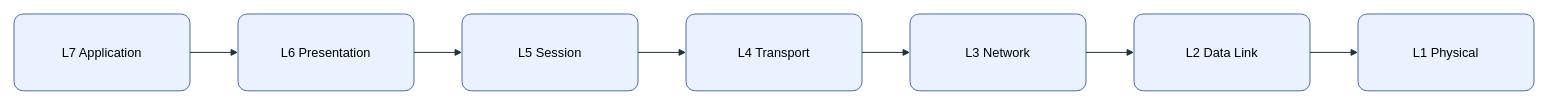
Before: assets/img/network/osi-seven-layer-stack.drawio in KKamJi98/kkamji98.github.io, a draw.io diagram. Source tidied: cells renumbered, new cells numbered last; positions are measured from the earlier drawing's top-left corner, leaving out a move shared by most shapes. Both pictures are drawn from the tidied source at 80%, with x=0, y=0 at pixel (14, 14).
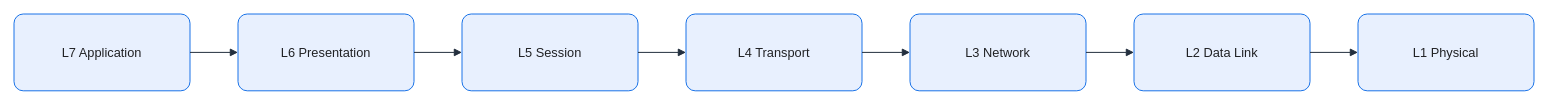
The same page after the edit.

The edit, as a diff of the source:
```diff
@@
 <mxGraphModel background="#FFFFFF">
   <root>
     <mxCell id="0" />
     <mxCell id="1" parent="0" />
-    <mxCell id="2" value="L7 Application" style="rounded=1;arcSize=12;whiteSpace=wrap;html=0;fillColor=#EAF2FF;strokeColor=#4A6FA5;strokeWidth=1.25;fontColor=#000000;fontSize=16;align=center;verticalAlign=middle;spacing=8;shadow=0;" parent="1" vertex="1">
+    <mxCell id="2" value="L7 Application" style="rounded=1;arcSize=12;whiteSpace=wrap;html=0;fillColor=#E8F0FE;strokeColor=#1A73E8;strokeWidth=1.25;fontColor=#202124;fontSize=16;align=center;verticalAlign=middle;spacing=8;shadow=0;" parent="1" vertex="1">
       <mxGeometry width="220" height="96" as="geometry" />
     </mxCell>
-    <mxCell id="3" value="L6 Presentation" style="rounded=1;arcSize=12;whiteSpace=wrap;html=0;fillColor=#EAF2FF;strokeColor=#4A6FA5;strokeWidth=1.25;fontColor=#000000;fontSize=16;align=center;verticalAlign=middle;spacing=8;shadow=0;" parent="1" vertex="1">
+    <mxCell id="3" value="L6 Presentation" style="rounded=1;arcSize=12;whiteSpace=wrap;html=0;fillColor=#E8F0FE;strokeColor=#1A73E8;strokeWidth=1.25;fontColor=#202124;fontSize=16;align=center;verticalAlign=middle;spacing=8;shadow=0;" parent="1" vertex="1">
       <mxGeometry x="280" width="220" height="96" as="geometry" />
     </mxCell>
-    <mxCell id="4" value="L5 Session" style="rounded=1;arcSize=12;whiteSpace=wrap;html=0;fillColor=#EAF2FF;strokeColor=#4A6FA5;strokeWidth=1.25;fontColor=#000000;fontSize=16;align=center;verticalAlign=middle;spacing=8;shadow=0;" parent="1" vertex="1">
+    <mxCell id="4" value="L5 Session" style="rounded=1;arcSize=12;whiteSpace=wrap;html=0;fillColor=#E8F0FE;strokeColor=#1A73E8;strokeWidth=1.25;fontColor=#202124;fontSize=16;align=center;verticalAlign=middle;spacing=8;shadow=0;" parent="1" vertex="1">
       <mxGeometry x="560" width="220" height="96" as="geometry" />
     </mxCell>
-    <mxCell id="5" value="L4 Transport" style="rounded=1;arcSize=12;whiteSpace=wrap;html=0;fillColor=#EAF2FF;strokeColor=#4A6FA5;strokeWidth=1.25;fontColor=#000000;fontSize=16;align=center;verticalAlign=middle;spacing=8;shadow=0;" parent="1" vertex="1">
+    <mxCell id="5" value="L4 Transport" style="rounded=1;arcSize=12;whiteSpace=wrap;html=0;fillColor=#E8F0FE;strokeColor=#1A73E8;strokeWidth=1.25;fontColor=#202124;fontSize=16;align=center;verticalAlign=middle;spacing=8;shadow=0;" parent="1" vertex="1">
       <mxGeometry x="840" width="220" height="96" as="geometry" />
     </mxCell>
-    <mxCell id="6" value="L3 Network" style="rounded=1;arcSize=12;whiteSpace=wrap;html=0;fillColor=#EAF2FF;strokeColor=#4A6FA5;strokeWidth=1.25;fontColor=#000000;fontSize=16;align=center;verticalAlign=middle;spacing=8;shadow=0;" parent="1" vertex="1">
+    <mxCell id="6" value="L3 Network" style="rounded=1;arcSize=12;whiteSpace=wrap;html=0;fillColor=#E8F0FE;strokeColor=#1A73E8;strokeWidth=1.25;fontColor=#202124;fontSize=16;align=center;verticalAlign=middle;spacing=8;shadow=0;" parent="1" vertex="1">
       <mxGeometry x="1120" width="220" height="96" as="geometry" />
     </mxCell>
-    <mxCell id="7" value="L2 Data Link" style="rounded=1;arcSize=12;whiteSpace=wrap;html=0;fillColor=#EAF2FF;strokeColor=#4A6FA5;strokeWidth=1.25;fontColor=#000000;fontSize=16;align=center;verticalAlign=middle;spacing=8;shadow=0;" parent="1" vertex="1">
+    <mxCell id="7" value="L2 Data Link" style="rounded=1;arcSize=12;whiteSpace=wrap;html=0;fillColor=#E8F0FE;strokeColor=#1A73E8;strokeWidth=1.25;fontColor=#202124;fontSize=16;align=center;verticalAlign=middle;spacing=8;shadow=0;" parent="1" vertex="1">
       <mxGeometry x="1400" width="220" height="96" as="geometry" />
     </mxCell>
-    <mxCell id="8" value="L1 Physical" style="rounded=1;arcSize=12;whiteSpace=wrap;html=0;fillColor=#EAF2FF;strokeColor=#4A6FA5;strokeWidth=1.25;fontColor=#000000;fontSize=16;align=center;verticalAlign=middle;spacing=8;shadow=0;" parent="1" vertex="1">
+    <mxCell id="8" value="L1 Physical" style="rounded=1;arcSize=12;whiteSpace=wrap;html=0;fillColor=#E8F0FE;strokeColor=#1A73E8;strokeWidth=1.25;fontColor=#202124;fontSize=16;align=center;verticalAlign=middle;spacing=8;shadow=0;" parent="1" vertex="1">
       <mxGeometry x="1680" width="220" height="96" as="geometry" />
     </mxCell>
-    <mxCell id="9" style="edgeStyle=orthogonalEdgeStyle;rounded=0;jettySize=auto;html=0;endArrow=block;endFill=1;strokeColor=#232F3E;strokeWidth=1.25;fontColor=#000000;labelBackgroundColor=none;exitX=1;exitY=0.5;exitDx=0;exitDy=0;entryX=0;entryY=0.5;entryDx=0;entryDy=0;" parent="1" edge="1" source="2" target="3">
+    <mxCell id="9" style="edgeStyle=orthogonalEdgeStyle;rounded=0;jettySize=auto;html=0;endArrow=block;endFill=1;strokeColor=#232F3E;strokeWidth=1.25;fontColor=#202124;labelBackgroundColor=none;exitX=1;exitY=0.5;exitDx=0;exitDy=0;entryX=0;entryY=0.5;entryDx=0;entryDy=0;endSize=7;" parent="1" edge="1" source="2" target="3">
       <mxGeometry relative="1" as="geometry" />
     </mxCell>
-    <mxCell id="10" style="edgeStyle=orthogonalEdgeStyle;rounded=0;jettySize=auto;html=0;endArrow=block;endFill=1;strokeColor=#232F3E;strokeWidth=1.25;fontColor=#000000;labelBackgroundColor=none;exitX=1;exitY=0.5;exitDx=0;exitDy=0;entryX=0;entryY=0.5;entryDx=0;entryDy=0;" parent="1" edge="1" source="3" target="4">
+    <mxCell id="10" style="edgeStyle=orthogonalEdgeStyle;rounded=0;jettySize=auto;html=0;endArrow=block;endFill=1;strokeColor=#232F3E;strokeWidth=1.25;fontColor=#202124;labelBackgroundColor=none;exitX=1;exitY=0.5;exitDx=0;exitDy=0;entryX=0;entryY=0.5;entryDx=0;entryDy=0;endSize=7;" parent="1" edge="1" source="3" target="4">
       <mxGeometry relative="1" as="geometry" />
     </mxCell>
-    <mxCell id="11" style="edgeStyle=orthogonalEdgeStyle;rounded=0;jettySize=auto;html=0;endArrow=block;endFill=1;strokeColor=#232F3E;strokeWidth=1.25;fontColor=#000000;labelBackgroundColor=none;exitX=1;exitY=0.5;exitDx=0;exitDy=0;entryX=0;entryY=0.5;entryDx=0;entryDy=0;" parent="1" edge="1" source="4" target="5">
+    <mxCell id="11" style="edgeStyle=orthogonalEdgeStyle;rounded=0;jettySize=auto;html=0;endArrow=block;endFill=1;strokeColor=#232F3E;strokeWidth=1.25;fontColor=#202124;labelBackgroundColor=none;exitX=1;exitY=0.5;exitDx=0;exitDy=0;entryX=0;entryY=0.5;entryDx=0;entryDy=0;endSize=7;" parent="1" edge="1" source="4" target="5">
       <mxGeometry relative="1" as="geometry" />
     </mxCell>
-    <mxCell id="12" style="edgeStyle=orthogonalEdgeStyle;rounded=0;jettySize=auto;html=0;endArrow=block;endFill=1;strokeColor=#232F3E;strokeWidth=1.25;fontColor=#000000;labelBackgroundColor=none;exitX=1;exitY=0.5;exitDx=0;exitDy=0;entryX=0;entryY=0.5;entryDx=0;entryDy=0;" parent="1" edge="1" source="5" target="6">
+    <mxCell id="12" style="edgeStyle=orthogonalEdgeStyle;rounded=0;jettySize=auto;html=0;endArrow=block;endFill=1;strokeColor=#232F3E;strokeWidth=1.25;fontColor=#202124;labelBackgroundColor=none;exitX=1;exitY=0.5;exitDx=0;exitDy=0;entryX=0;entryY=0.5;entryDx=0;entryDy=0;endSize=7;" parent="1" edge="1" source="5" target="6">
       <mxGeometry relative="1" as="geometry" />
     </mxCell>
-    <mxCell id="13" style="edgeStyle=orthogonalEdgeStyle;rounded=0;jettySize=auto;html=0;endArrow=block;endFill=1;strokeColor=#232F3E;strokeWidth=1.25;fontColor=#000000;labelBackgroundColor=none;exitX=1;exitY=0.5;exitDx=0;exitDy=0;entryX=0;entryY=0.5;entryDx=0;entryDy=0;" parent="1" edge="1" source="6" target="7">
+    <mxCell id="13" style="edgeStyle=orthogonalEdgeStyle;rounded=0;jettySize=auto;html=0;endArrow=block;endFill=1;strokeColor=#232F3E;strokeWidth=1.25;fontColor=#202124;labelBackgroundColor=none;exitX=1;exitY=0.5;exitDx=0;exitDy=0;entryX=0;entryY=0.5;entryDx=0;entryDy=0;endSize=7;" parent="1" edge="1" source="6" target="7">
       <mxGeometry relative="1" as="geometry" />
     </mxCell>
-    <mxCell id="14" style="edgeStyle=orthogonalEdgeStyle;rounded=0;jettySize=auto;html=0;endArrow=block;endFill=1;strokeColor=#232F3E;strokeWidth=1.25;fontColor=#000000;labelBackgroundColor=none;exitX=1;exitY=0.5;exitDx=0;exitDy=0;entryX=0;entryY=0.5;entryDx=0;entryDy=0;" parent="1" edge="1" source="7" target="8">
+    <mxCell id="14" style="edgeStyle=orthogonalEdgeStyle;rounded=0;jettySize=auto;html=0;endArrow=block;endFill=1;strokeColor=#232F3E;strokeWidth=1.25;fontColor=#202124;labelBackgroundColor=none;exitX=1;exitY=0.5;exitDx=0;exitDy=0;entryX=0;entryY=0.5;entryDx=0;entryDy=0;endSize=7;" parent="1" edge="1" source="7" target="8">
       <mxGeometry relative="1" as="geometry" />
     </mxCell>
   </root>
 </mxGraphModel>
```
